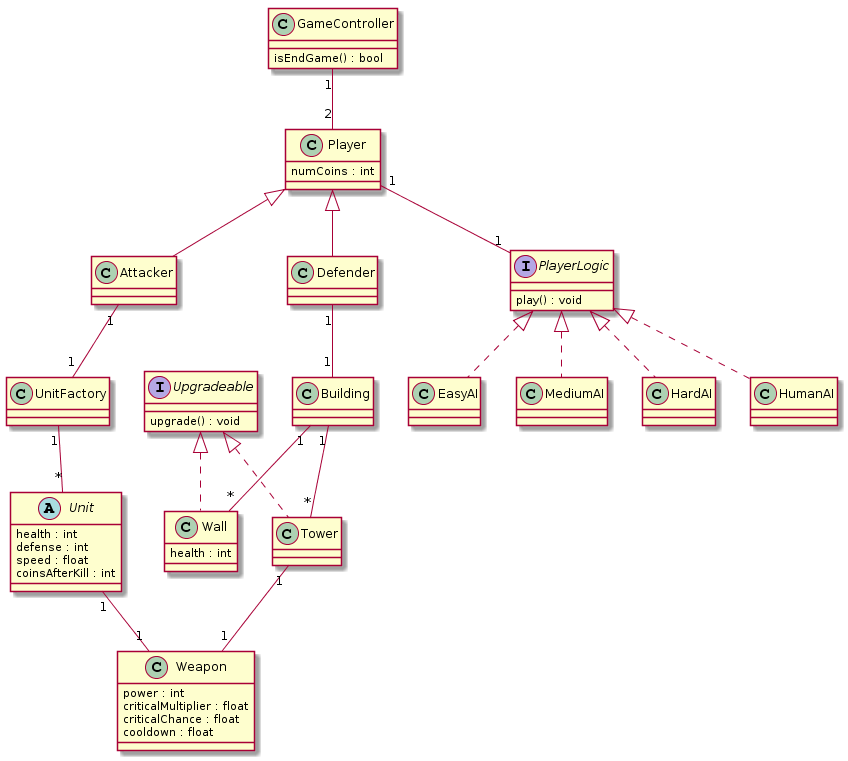
Above: uml_diagrams/classDiagram.png in NestorTejero/ES2016B (PlantUML), before the change.
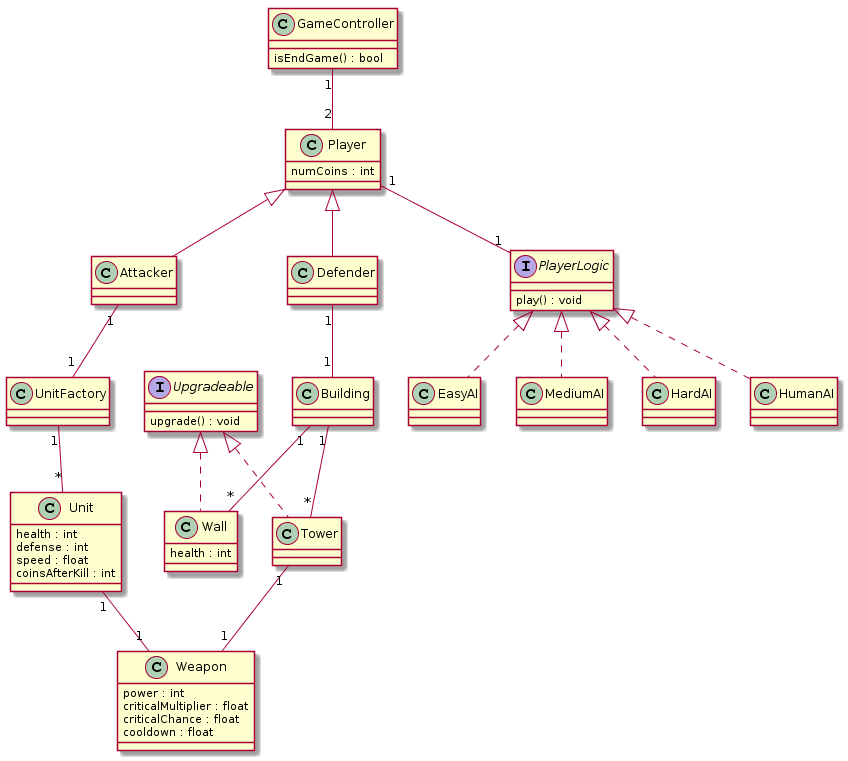
Later version of the same file.

Diff of the diagram source:
```diff
@@ -35,7 +35,7 @@
     upgrade() : void
 }
 
-abstract class Unit {
+class Unit {
     health : int
     defense : int
     speed : float
```
